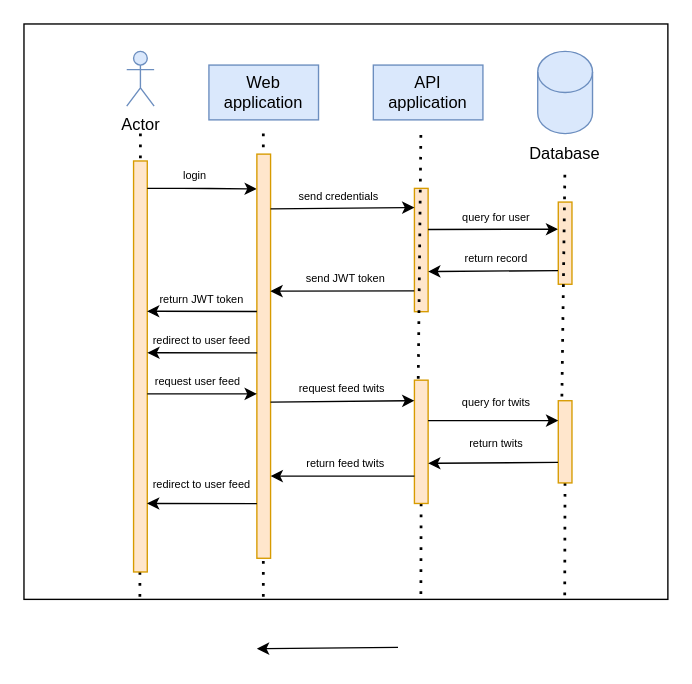
Above: report/images/Web_request_sequence_diagram.drawio in minitwit-JOEL/minitwit-DEVOPS (draw.io), before the change. Source tidied: cells renumbered, new cells numbered last; positions are measured from the earlier drawing's top-left corner, leaving out a move shared by most shapes. Both pictures are drawn from the tidied source at 137%, with x=0, y=0 at pixel (23, 23).
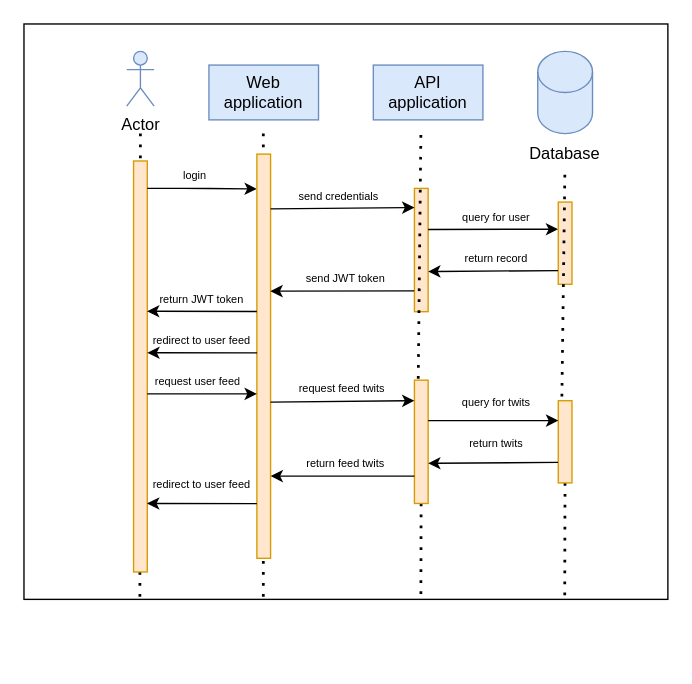
The same diagram, later.

Commit message (it also covers changes not shown here):
Removed unintended arrow.

Diff of the diagram source:
```diff
@@
-    <mxCell id="42" style="endArrow=classic;html=1;entryX=1.222;entryY=0.343;entryDx=0;entryDy=0;entryPerimeter=0;exitX=-0.011;exitY=0.831;exitDx=0;exitDy=0;exitPerimeter=0;" parent="1" edge="1">
-      <mxGeometry relative="1" as="geometry">
-        <mxPoint x="273" y="455" as="sourcePoint" />
-        <mxPoint x="170" y="456" as="targetPoint" />
-      </mxGeometry>
-    </mxCell>
```
